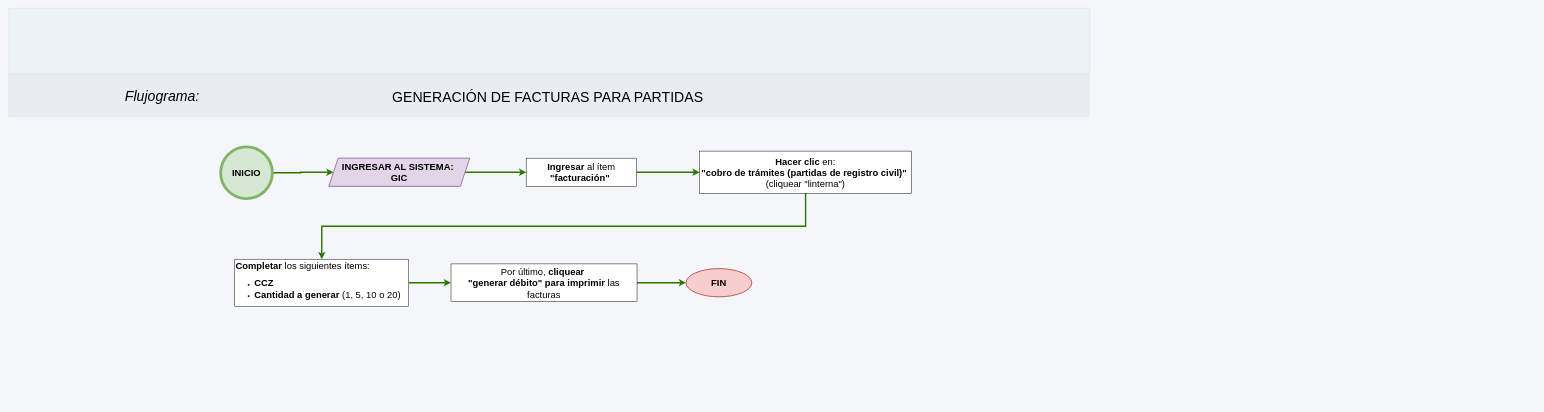
Earlier version of the draw.io diagram Facturas_partidas/Factura para partidas.drawio (adlc20/Manual_de_procedimientos_ccz9). Source tidied: cells renumbered, new cells numbered last; positions are measured from the earlier drawing's top-left corner, leaving out a move shared by most shapes. Both pictures are drawn from the tidied source at 47%, with x=0, y=0 at pixel (8, 8).
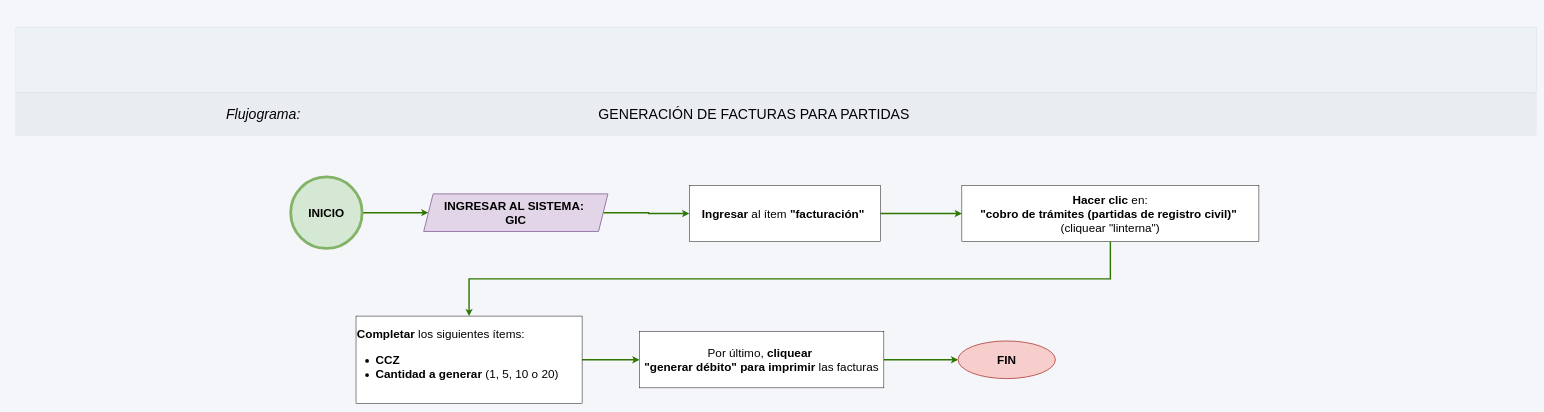
The same diagram, later.

What changed in the source:
```diff
@@
 <mxGraphModel background="light-dark(#F4F6F9,#121212)">
   <root>
     <mxCell id="0" />
     <mxCell id="1" parent="0" />
-    <mxCell id="2" style="verticalLabelPosition=bottom;verticalAlign=middle;html=1;shape=mxgraph.basic.patternFillRect;step=5;fillStrokeWidth=0.2;fillStrokeColor=#dddddd;fillColor=#EDF2F7;strokeWidth=0;dashed=1;dashPattern=1 4;rounded=1;align=center;fontFamily=Helvetica;fontSize=12;fontColor=#2D3748;" parent="1" vertex="1">
-      <mxGeometry x="1" width="2300" height="140" as="geometry" />
-    </mxCell>
-    <mxCell id="3" style="verticalLabelPosition=bottom;verticalAlign=top;html=1;shape=mxgraph.basic.patternFillRect;fillStyle=auto;step=5;fillStrokeWidth=0.2;fillStrokeColor=#dddddd;fillColor=#E0E5EB;strokeWidth=0;strokeColor=default;opacity=50;fontColor=#ffffff;shadow=0;comic=0;align=center;fontFamily=Helvetica;fontSize=12;gradientColor=none;" parent="1" vertex="1">
-      <mxGeometry y="140" width="2300" height="91" as="geometry" />
-    </mxCell>
+    <mxCell id="19" style="verticalLabelPosition=bottom;verticalAlign=middle;html=1;shape=mxgraph.basic.patternFillRect;step=5;fillStrokeWidth=0.2;fillStrokeColor=#dddddd;fillColor=#EDF2F7;strokeWidth=0;dashed=1;dashPattern=1 4;rounded=1;align=center;fontFamily=Helvetica;fontSize=12;fontColor=#2D3748;" parent="1" vertex="1">
+      <mxGeometry x="16" y="40" width="3236" height="140" as="geometry" />
+    </mxCell>
+    <mxCell id="20" style="verticalLabelPosition=bottom;verticalAlign=top;html=1;shape=mxgraph.basic.patternFillRect;fillStyle=auto;step=5;fillStrokeWidth=0.2;fillStrokeColor=#dddddd;fillColor=#E0E5EB;strokeWidth=0;strokeColor=default;opacity=50;fontColor=#ffffff;shadow=0;comic=0;align=center;fontFamily=Helvetica;fontSize=12;gradientColor=none;" parent="1" vertex="1">
+      <mxGeometry x="16" y="180" width="3235" height="91" as="geometry" />
+    </mxCell>
     <mxCell id="4" value="&lt;font style=&quot;font-size: 30px;&quot;&gt;&lt;i&gt;Flujograma:&amp;nbsp;&lt;/i&gt;&lt;/font&gt;" style="text;html=1;whiteSpace=wrap;strokeColor=none;fillColor=none;align=center;verticalAlign=middle;rounded=0;" parent="1" vertex="1">
-      <mxGeometry x="192" y="170.5" width="280" height="30" as="geometry" />
+      <mxGeometry x="407" y="210.5" width="280" height="30" as="geometry" />
     </mxCell>
     <mxCell id="5" value="&lt;font style=&quot;font-size: 30px;&quot;&gt;GENERACIÓN DE FACTURAS PARA PARTIDAS&lt;/font&gt;" style="text;html=1;whiteSpace=wrap;strokeColor=none;fillColor=none;align=center;verticalAlign=middle;rounded=0;" parent="1" vertex="1">
-      <mxGeometry x="773" y="172.5" width="750" height="30" as="geometry" />
+      <mxGeometry x="1212" y="210.5" width="750" height="30" as="geometry" />
     </mxCell>
-    <mxCell id="6" style="edgeStyle=orthogonalEdgeStyle;rounded=0;jettySize=auto;html=1;entryX=0;entryY=0.5;entryDx=0;entryDy=0;fillColor=#60a917;strokeColor=#2D7600;strokeWidth=3;" parent="1" edge="1" source="18" target="17">
+    <mxCell id="6" style="edgeStyle=orthogonalEdgeStyle;rounded=0;jettySize=auto;html=1;entryX=0;entryY=0.5;entryDx=0;entryDy=0;fillColor=#60a917;strokeColor=#2D7600;strokeWidth=3;fontSize=25;" parent="1" edge="1" source="18" target="17">
       <mxGeometry relative="1" as="geometry" />
     </mxCell>
-    <mxCell id="7" style="edgeStyle=orthogonalEdgeStyle;rounded=0;jettySize=auto;html=1;exitX=1;exitY=0.5;exitDx=0;exitDy=0;fillColor=#60a917;strokeColor=#2D7600;strokeWidth=3;" parent="1" edge="1" source="8" target="10">
+    <mxCell id="7" style="edgeStyle=orthogonalEdgeStyle;rounded=0;jettySize=auto;html=1;exitX=1;exitY=0.5;exitDx=0;exitDy=0;fillColor=#60a917;strokeColor=#2D7600;strokeWidth=3;fontSize=25;" parent="1" edge="1" source="8" target="10">
       <mxGeometry relative="1" as="geometry" />
     </mxCell>
-    <mxCell id="8" value="&lt;font style=&quot;font-size: 20px;&quot;&gt;&lt;b&gt;Ingresar&lt;/b&gt; al ítem &lt;b&gt;&quot;facturación&quot;&amp;nbsp;&lt;/b&gt;&lt;/font&gt;" style="rounded=0;whiteSpace=wrap;html=1;" parent="1" vertex="1">
-      <mxGeometry x="1102" y="319" width="235" height="60" as="geometry" />
+    <mxCell id="8" value="&lt;font&gt;&lt;b&gt;Ingresar&lt;/b&gt; al ítem &lt;b&gt;&quot;facturación&quot;&amp;nbsp;&lt;/b&gt;&lt;/font&gt;" style="rounded=0;whiteSpace=wrap;html=1;fontSize=25;" parent="1" vertex="1">
+      <mxGeometry x="1449" y="377" width="407" height="119.5" as="geometry" />
     </mxCell>
-    <mxCell id="9" style="edgeStyle=orthogonalEdgeStyle;rounded=0;jettySize=auto;html=1;strokeWidth=3;fillColor=#60a917;strokeColor=#2D7600;exitX=0.5;exitY=1;exitDx=0;exitDy=0;" parent="1" edge="1" source="10" target="12">
+    <mxCell id="9" style="edgeStyle=orthogonalEdgeStyle;rounded=0;jettySize=auto;html=1;strokeWidth=3;fillColor=#60a917;strokeColor=#2D7600;exitX=0.5;exitY=1;exitDx=0;exitDy=0;fontSize=25;" parent="1" edge="1" source="10" target="12">
       <mxGeometry relative="1" as="geometry" />
     </mxCell>
-    <mxCell id="10" value="&lt;div&gt;&lt;span style=&quot;font-size: 20px;&quot;&gt;&lt;b&gt;Hacer clic&lt;/b&gt; en:&lt;/span&gt;&lt;/div&gt;&lt;div&gt;&lt;font style=&quot;font-size: 20px;&quot;&gt;&lt;b&gt;&quot;cobro de trámites (partidas de registro civil)&quot;&amp;nbsp;&lt;/b&gt;&lt;/font&gt;&lt;/div&gt;&lt;div&gt;&lt;font style=&quot;font-size: 20px;&quot;&gt;(cliquear &quot;linterna&quot;)&lt;/font&gt;&lt;/div&gt;" style="rounded=0;whiteSpace=wrap;html=1;" parent="1" vertex="1">
-      <mxGeometry x="1471" y="304" width="451" height="90" as="geometry" />
+    <mxCell id="10" value="&lt;div&gt;&lt;span&gt;&lt;b&gt;Hacer clic&lt;/b&gt; en:&lt;/span&gt;&lt;/div&gt;&lt;div&gt;&lt;font&gt;&lt;b&gt;&quot;cobro de trámites (partidas de registro civil)&quot;&amp;nbsp;&lt;/b&gt;&lt;/font&gt;&lt;/div&gt;&lt;div&gt;&lt;font&gt;(cliquear &quot;linterna&quot;)&lt;/font&gt;&lt;/div&gt;" style="rounded=0;whiteSpace=wrap;html=1;fontSize=25;" parent="1" vertex="1">
+      <mxGeometry x="2029" y="377" width="632" height="119.5" as="geometry" />
     </mxCell>
-    <mxCell id="11" style="edgeStyle=orthogonalEdgeStyle;rounded=0;jettySize=auto;html=1;strokeWidth=3;fillColor=#60a917;strokeColor=#2D7600;entryX=0;entryY=0.5;entryDx=0;entryDy=0;" parent="1" edge="1" source="12" target="14">
+    <mxCell id="11" style="edgeStyle=orthogonalEdgeStyle;rounded=0;jettySize=auto;html=1;strokeWidth=3;fillColor=#60a917;strokeColor=#2D7600;entryX=0;entryY=0.5;entryDx=0;entryDy=0;fontSize=25;" parent="1" edge="1" source="12" target="14">
       <mxGeometry relative="1" as="geometry" />
     </mxCell>
-    <mxCell id="12" value="&lt;font style=&quot;font-size: 20px;&quot;&gt;&lt;b&gt;Completar&lt;/b&gt; los siguientes ítems:&lt;/font&gt;&lt;div&gt;&lt;ul&gt;&lt;li&gt;&lt;font style=&quot;font-size: 20px;&quot;&gt;&lt;b&gt;CCZ&lt;/b&gt;&lt;/font&gt;&lt;/li&gt;&lt;li&gt;&lt;font style=&quot;font-size: 20px;&quot;&gt;&lt;font style=&quot;&quot;&gt;&lt;b&gt;Cantidad a generar&lt;/b&gt; (&lt;/font&gt;&lt;span style=&quot;background-color: transparent; color: light-dark(rgb(0, 0, 0), rgb(255, 255, 255));&quot;&gt;1, 5, 10 o 20&lt;/span&gt;&lt;span style=&quot;background-color: transparent; color: light-dark(rgb(0, 0, 0), rgb(255, 255, 255));&quot;&gt;)&lt;/span&gt;&lt;/font&gt;&lt;/li&gt;&lt;/ul&gt;&lt;/div&gt;" style="rounded=0;whiteSpace=wrap;html=1;align=left;" parent="1" vertex="1">
-      <mxGeometry x="482" y="534" width="370.2" height="100" as="geometry" />
+    <mxCell id="12" value="&lt;font&gt;&lt;b&gt;Completar&lt;/b&gt; los siguientes ítems:&lt;/font&gt;&lt;div&gt;&lt;ul&gt;&lt;li&gt;&lt;font&gt;&lt;b&gt;CCZ&lt;/b&gt;&lt;/font&gt;&lt;/li&gt;&lt;li&gt;&lt;font&gt;&lt;font&gt;&lt;b&gt;Cantidad a generar&lt;/b&gt; (&lt;/font&gt;&lt;span style=&quot;background-color: transparent; color: light-dark(rgb(0, 0, 0), rgb(255, 255, 255));&quot;&gt;1, 5, 10 o 20&lt;/span&gt;&lt;span style=&quot;background-color: transparent; color: light-dark(rgb(0, 0, 0), rgb(255, 255, 255));&quot;&gt;)&lt;/span&gt;&lt;/font&gt;&lt;/li&gt;&lt;/ul&gt;&lt;/div&gt;" style="rounded=0;whiteSpace=wrap;html=1;align=left;fontSize=25;" parent="1" vertex="1">
+      <mxGeometry x="740" y="655" width="481" height="186" as="geometry" />
     </mxCell>
-    <mxCell id="13" style="edgeStyle=orthogonalEdgeStyle;rounded=0;jettySize=auto;html=1;exitX=1;exitY=0.5;exitDx=0;exitDy=0;entryX=0;entryY=0.5;entryDx=0;entryDy=0;strokeWidth=3;fillColor=#60a917;strokeColor=#2D7600;" parent="1" edge="1" source="14" target="15">
+    <mxCell id="13" style="edgeStyle=orthogonalEdgeStyle;rounded=0;jettySize=auto;html=1;exitX=1;exitY=0.5;exitDx=0;exitDy=0;entryX=0;entryY=0.5;entryDx=0;entryDy=0;strokeWidth=3;fillColor=#60a917;strokeColor=#2D7600;fontSize=25;" parent="1" edge="1" source="14" target="15">
       <mxGeometry relative="1" as="geometry" />
     </mxCell>
-    <mxCell id="14" value="&lt;font style=&quot;font-size: 20px;&quot;&gt;Por último,&lt;b&gt; cliquear&amp;nbsp;&lt;/b&gt;&lt;/font&gt;&lt;div&gt;&lt;font style=&quot;font-size: 20px;&quot;&gt;&lt;b&gt;&quot;generar débito&quot;&lt;/b&gt; &lt;b&gt;para imprimir&lt;/b&gt; las facturas&lt;/font&gt;&lt;/div&gt;" style="rounded=0;whiteSpace=wrap;html=1;" parent="1" vertex="1">
-      <mxGeometry x="942.1" y="544" width="395.8" height="80" as="geometry" />
+    <mxCell id="14" value="&lt;font&gt;Por último,&lt;b&gt; cliquear&amp;nbsp;&lt;/b&gt;&lt;/font&gt;&lt;div&gt;&lt;font&gt;&lt;b&gt;&quot;generar débito&quot;&lt;/b&gt; &lt;b&gt;para imprimir&lt;/b&gt; las facturas&lt;/font&gt;&lt;/div&gt;" style="rounded=0;whiteSpace=wrap;html=1;fontSize=25;" parent="1" vertex="1">
+      <mxGeometry x="1343" y="688.2" width="520" height="119.5" as="geometry" />
     </mxCell>
-    <mxCell id="15" value="&lt;font style=&quot;font-size: 20px;&quot;&gt;&lt;b&gt;FIN&lt;/b&gt;&lt;/font&gt;" style="ellipse;whiteSpace=wrap;html=1;fillColor=#f8cecc;strokeColor=#b85450;strokeWidth=2;" parent="1" vertex="1">
-      <mxGeometry x="1442.1" y="554" width="140" height="60" as="geometry" />
+    <mxCell id="15" value="&lt;font&gt;&lt;b&gt;FIN&lt;/b&gt;&lt;/font&gt;" style="ellipse;whiteSpace=wrap;html=1;fillColor=#f8cecc;strokeColor=#b85450;strokeWidth=2;fontSize=25;" parent="1" vertex="1">
+      <mxGeometry x="2021" y="708" width="207" height="80" as="geometry" />
     </mxCell>
-    <mxCell id="16" style="edgeStyle=orthogonalEdgeStyle;rounded=0;jettySize=auto;html=1;exitX=1;exitY=0.5;exitDx=0;exitDy=0;entryX=0;entryY=0.5;entryDx=0;entryDy=0;fillColor=#60a917;strokeColor=#2D7600;strokeWidth=3;" parent="1" edge="1" source="17" target="8">
+    <mxCell id="16" style="edgeStyle=orthogonalEdgeStyle;rounded=0;jettySize=auto;html=1;exitX=1;exitY=0.5;exitDx=0;exitDy=0;entryX=0;entryY=0.5;entryDx=0;entryDy=0;fillColor=#60a917;strokeColor=#2D7600;strokeWidth=3;fontSize=25;" parent="1" edge="1" source="17" target="8">
       <mxGeometry relative="1" as="geometry" />
     </mxCell>
-    <mxCell id="17" value="&lt;font style=&quot;font-size: 20px;&quot;&gt;&lt;b&gt;INGRESAR AL SISTEMA:&amp;nbsp;&lt;/b&gt;&lt;/font&gt;&lt;div&gt;&lt;font style=&quot;font-size: 20px;&quot;&gt;&lt;b&gt;GIC&lt;/b&gt;&lt;/font&gt;&lt;/div&gt;" style="shape=parallelogram;perimeter=parallelogramPerimeter;whiteSpace=wrap;html=1;fixedSize=1;fillColor=#e1d5e7;strokeColor=#9673a6;strokeWidth=2;" parent="1" vertex="1">
-      <mxGeometry x="682" y="319" width="300" height="60" as="geometry" />
+    <mxCell id="17" value="&lt;font&gt;&lt;b&gt;INGRESAR AL SISTEMA:&amp;nbsp;&lt;/b&gt;&lt;/font&gt;&lt;div&gt;&lt;font&gt;&lt;b&gt;GIC&lt;/b&gt;&lt;/font&gt;&lt;/div&gt;" style="shape=parallelogram;perimeter=parallelogramPerimeter;whiteSpace=wrap;html=1;fixedSize=1;fillColor=#e1d5e7;strokeColor=#9673a6;strokeWidth=2;fontSize=25;" parent="1" vertex="1">
+      <mxGeometry x="884" y="395" width="392" height="80" as="geometry" />
     </mxCell>
-    <mxCell id="18" value="&lt;font style=&quot;font-size: 20px;&quot;&gt;&lt;b&gt;INICIO&lt;/b&gt;&lt;/font&gt;" style="ellipse;whiteSpace=wrap;html=1;fillColor=#D5E8D4;strokeColor=#82b366;strokeWidth=6;gradientColor=none;" parent="1" vertex="1">
-      <mxGeometry x="452" y="295" width="110" height="110" as="geometry" />
+    <mxCell id="18" value="&lt;font&gt;&lt;b&gt;INICIO&lt;/b&gt;&lt;/font&gt;" style="ellipse;whiteSpace=wrap;html=1;fillColor=#D5E8D4;strokeColor=#82b366;strokeWidth=6;gradientColor=none;fontSize=25;" parent="1" vertex="1">
+      <mxGeometry x="601" y="359" width="152" height="152" as="geometry" />
     </mxCell>
   </root>
 </mxGraphModel>
```
